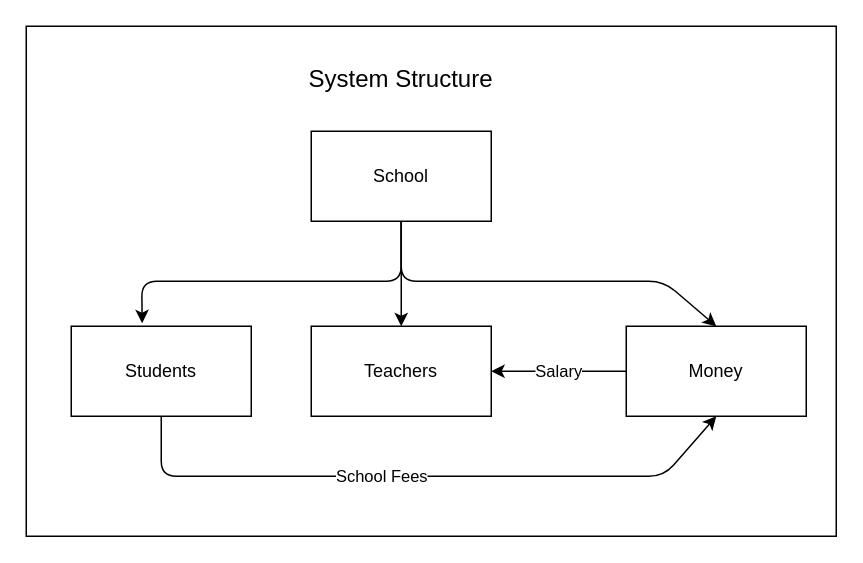
kifaruCodes/Java-learning keeps this draw.io diagram as 4. School Management System/system-flow.drawio. Above is the earlier version. Source tidied: cells renumbered, new cells numbered last; positions are measured from the earlier drawing's top-left corner, leaving out a move shared by most shapes. Both pictures are drawn from the tidied source at 150%, with x=0, y=0 at pixel (26, 26).
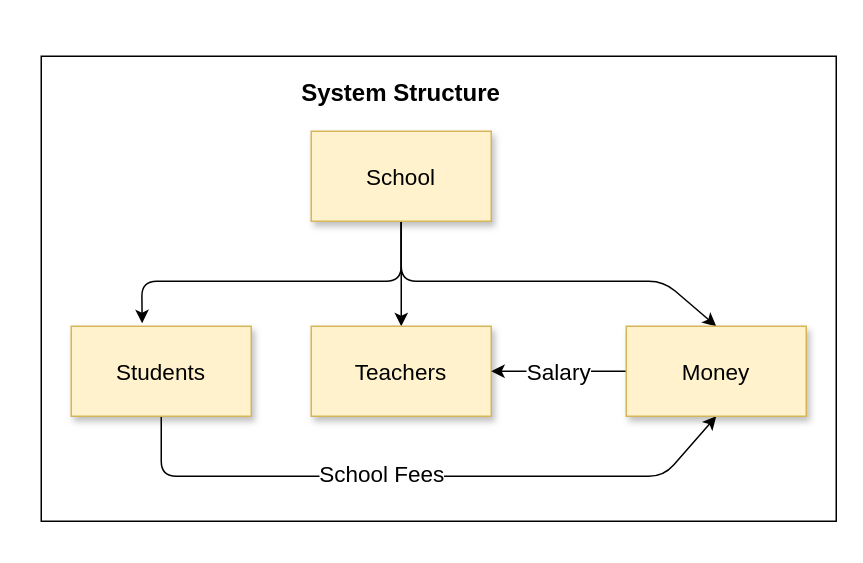
Above is the later version.

The edit, as a diff of the source:
```diff
@@
 <mxGraphModel>
   <root>
     <mxCell id="0" />
     <mxCell id="1" parent="0" />
     <mxCell id="2" style="rounded=0;whiteSpace=wrap;html=1;" parent="1" vertex="1">
-      <mxGeometry width="540" height="340" as="geometry" />
+      <mxGeometry x="10" y="20" width="530" height="310" as="geometry" />
     </mxCell>
     <mxCell id="3" style="edgeStyle=none;html=1;" parent="1" edge="1" source="6" target="10">
       <mxGeometry relative="1" as="geometry" />
     </mxCell>
     <mxCell id="4" style="edgeStyle=none;html=1;exitX=0.5;exitY=1;exitDx=0;exitDy=0;entryX=0.394;entryY=-0.033;entryDx=0;entryDy=0;entryPerimeter=0;" parent="1" edge="1" source="6" target="9">
       <mxGeometry relative="1" as="geometry">
         <Array as="points">
           <mxPoint x="250" y="170" />
           <mxPoint x="77" y="170" />
         </Array>
       </mxGeometry>
     </mxCell>
     <mxCell id="5" style="edgeStyle=none;html=1;entryX=0.5;entryY=0;entryDx=0;entryDy=0;" parent="1" edge="1" target="12">
       <mxGeometry relative="1" as="geometry">
         <mxPoint x="250" y="130" as="sourcePoint" />
         <Array as="points">
           <mxPoint x="250" y="170" />
           <mxPoint x="425" y="170" />
         </Array>
       </mxGeometry>
     </mxCell>
-    <mxCell id="6" value="School" style="rounded=0;whiteSpace=wrap;html=1;" parent="1" vertex="1">
+    <mxCell id="6" value="School" style="rounded=0;whiteSpace=wrap;html=1;fillColor=#fff2cc;strokeColor=#d6b656;shadow=1;fontSize=15;" parent="1" vertex="1">
       <mxGeometry x="190" y="70" width="120" height="60" as="geometry" />
     </mxCell>
     <mxCell id="7" style="edgeStyle=none;html=1;entryX=0.5;entryY=1;entryDx=0;entryDy=0;exitX=0.5;exitY=1;exitDx=0;exitDy=0;" parent="1" edge="1" source="9" target="12">
       <mxGeometry relative="1" as="geometry">
         <Array as="points">
           <mxPoint x="90" y="300" />
           <mxPoint x="425" y="300" />
         </Array>
       </mxGeometry>
     </mxCell>
-    <mxCell id="8" value="School Fees" style="edgeLabel;html=1;align=center;verticalAlign=middle;" parent="7" vertex="1">
-      <mxGeometry x="-0.13" y="1" relative="1" as="geometry" />
+    <mxCell id="8" value="School Fees" style="edgeLabel;html=1;align=center;verticalAlign=middle;fontSize=15;" parent="7" vertex="1">
+      <mxGeometry x="-0.13" y="3" relative="1" as="geometry" />
     </mxCell>
-    <mxCell id="9" value="Students" style="rounded=0;whiteSpace=wrap;html=1;" parent="1" vertex="1">
+    <mxCell id="9" value="Students" style="rounded=0;whiteSpace=wrap;html=1;fillColor=#fff2cc;strokeColor=#d6b656;shadow=1;fontSize=15;" parent="1" vertex="1">
       <mxGeometry x="30" y="200" width="120" height="60" as="geometry" />
     </mxCell>
-    <mxCell id="10" value="Teachers" style="rounded=0;whiteSpace=wrap;html=1;" parent="1" vertex="1">
+    <mxCell id="10" value="Teachers" style="rounded=0;whiteSpace=wrap;html=1;fillColor=#fff2cc;strokeColor=#d6b656;shadow=1;fontSize=15;" parent="1" vertex="1">
       <mxGeometry x="190" y="200" width="120" height="60" as="geometry" />
     </mxCell>
-    <mxCell id="11" value="Salary" style="edgeStyle=none;html=1;entryX=1;entryY=0.5;entryDx=0;entryDy=0;" parent="1" edge="1" source="12" target="10">
+    <mxCell id="11" value="Salary" style="edgeStyle=none;html=1;entryX=1;entryY=0.5;entryDx=0;entryDy=0;fontSize=15;" parent="1" edge="1" source="12" target="10">
       <mxGeometry relative="1" as="geometry" />
     </mxCell>
-    <mxCell id="12" value="Money" style="rounded=0;whiteSpace=wrap;html=1;" parent="1" vertex="1">
+    <mxCell id="12" value="Money" style="rounded=0;whiteSpace=wrap;html=1;fillColor=#fff2cc;strokeColor=#d6b656;shadow=1;fontSize=15;" parent="1" vertex="1">
       <mxGeometry x="400" y="200" width="120" height="60" as="geometry" />
     </mxCell>
-    <mxCell id="13" value="&lt;font style=&quot;font-size: 16px;&quot;&gt;System Structure&lt;/font&gt;" style="text;html=1;strokeColor=none;fillColor=none;align=center;verticalAlign=middle;whiteSpace=wrap;rounded=0;" parent="1" vertex="1">
-      <mxGeometry x="170" y="20" width="160" height="30" as="geometry" />
+    <mxCell id="13" value="&lt;font style=&quot;font-size: 16px;&quot;&gt;System Structure&lt;/font&gt;" style="text;html=1;strokeColor=none;fillColor=none;align=center;verticalAlign=middle;whiteSpace=wrap;rounded=0;fontStyle=1;" parent="1" vertex="1">
+      <mxGeometry x="170" y="29" width="160" height="30" as="geometry" />
     </mxCell>
   </root>
 </mxGraphModel>
```
